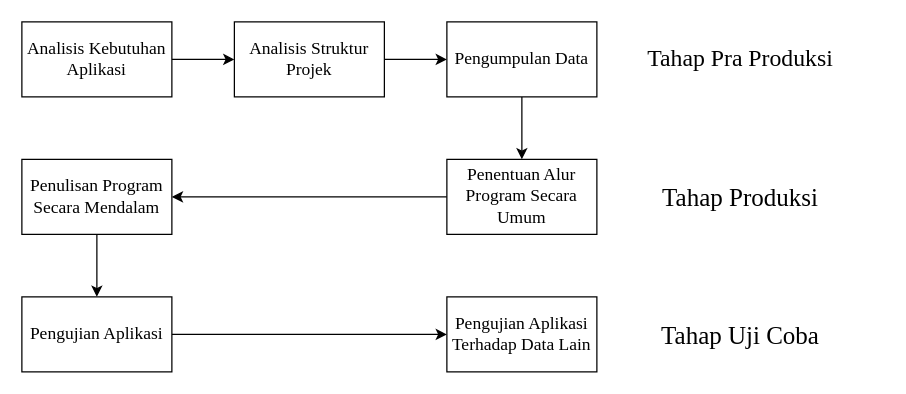
Before: flowchart/kerangka_penelitian.drawio in denilson020898/Penulisan, a draw.io diagram. Source tidied: cells renumbered, new cells numbered last; positions are measured from the earlier drawing's top-left corner, leaving out a move shared by most shapes. Both pictures are drawn from the tidied source at 125%, with x=0, y=0 at pixel (21, 21).
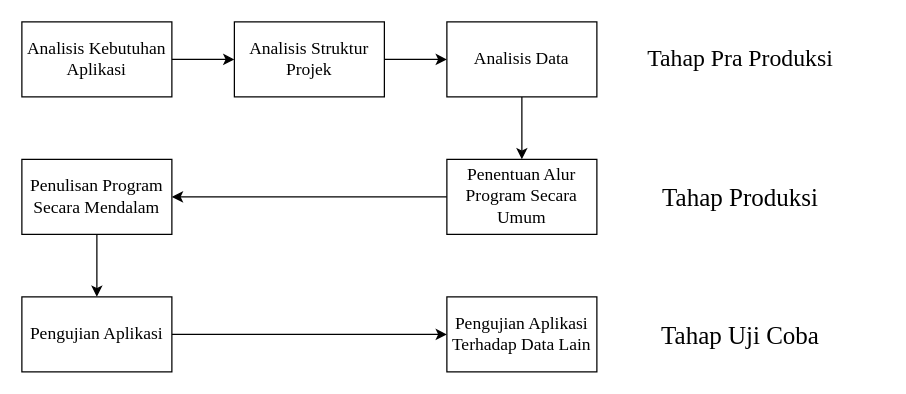
The same page after the edit.

What changed in the source:
```diff
@@
 <mxGraphModel>
   <root>
     <mxCell id="0" />
     <mxCell id="1" parent="0" />
     <mxCell id="2" style="edgeStyle=orthogonalEdgeStyle;rounded=0;jettySize=auto;html=1;exitX=1;exitY=0.5;exitDx=0;exitDy=0;entryX=0;entryY=0.5;entryDx=0;entryDy=0;" parent="1" edge="1" source="3" target="7">
       <mxGeometry relative="1" as="geometry" />
     </mxCell>
     <mxCell id="3" value="Analisis Kebutuhan Aplikasi" style="rounded=0;whiteSpace=wrap;html=1;fontFamily=Times New Roman;fontSize=14;" parent="1" vertex="1">
       <mxGeometry width="120" height="60" as="geometry" />
     </mxCell>
     <mxCell id="4" style="edgeStyle=orthogonalEdgeStyle;rounded=0;jettySize=auto;html=1;exitX=0.5;exitY=1;exitDx=0;exitDy=0;entryX=0.5;entryY=0;entryDx=0;entryDy=0;" parent="1" edge="1" source="5" target="9">
       <mxGeometry relative="1" as="geometry" />
     </mxCell>
-    <mxCell id="5" value="Pengumpulan Data" style="rounded=0;whiteSpace=wrap;html=1;fontFamily=Times New Roman;fontSize=14;" parent="1" vertex="1">
+    <mxCell id="5" value="Analisis Data" style="rounded=0;whiteSpace=wrap;html=1;fontFamily=Times New Roman;fontSize=14;" parent="1" vertex="1">
       <mxGeometry x="340" width="120" height="60" as="geometry" />
     </mxCell>
     <mxCell id="6" style="edgeStyle=orthogonalEdgeStyle;rounded=0;jettySize=auto;html=1;exitX=1;exitY=0.5;exitDx=0;exitDy=0;" parent="1" edge="1" source="7" target="5">
       <mxGeometry relative="1" as="geometry" />
     </mxCell>
     <mxCell id="7" value="Analisis Struktur Projek" style="rounded=0;whiteSpace=wrap;html=1;fontFamily=Times New Roman;fontSize=14;" parent="1" vertex="1">
       <mxGeometry x="170" width="120" height="60" as="geometry" />
     </mxCell>
     <mxCell id="8" style="edgeStyle=orthogonalEdgeStyle;rounded=0;jettySize=auto;html=1;exitX=0;exitY=0.5;exitDx=0;exitDy=0;entryX=1;entryY=0.5;entryDx=0;entryDy=0;" parent="1" edge="1" source="9" target="11">
       <mxGeometry relative="1" as="geometry" />
     </mxCell>
     <mxCell id="9" value="Penentuan Alur Program Secara Umum" style="rounded=0;whiteSpace=wrap;html=1;fontFamily=Times New Roman;fontSize=14;" parent="1" vertex="1">
       <mxGeometry x="340" y="110" width="120" height="60" as="geometry" />
     </mxCell>
     <mxCell id="10" style="edgeStyle=orthogonalEdgeStyle;rounded=0;jettySize=auto;html=1;exitX=0.5;exitY=1;exitDx=0;exitDy=0;" parent="1" edge="1" source="11" target="13">
       <mxGeometry relative="1" as="geometry" />
     </mxCell>
     <mxCell id="11" value="Penulisan Program Secara Mendalam" style="rounded=0;whiteSpace=wrap;html=1;fontFamily=Times New Roman;fontSize=14;" parent="1" vertex="1">
       <mxGeometry y="110" width="120" height="60" as="geometry" />
     </mxCell>
     <mxCell id="12" style="edgeStyle=orthogonalEdgeStyle;rounded=0;jettySize=auto;html=1;exitX=1;exitY=0.5;exitDx=0;exitDy=0;entryX=0;entryY=0.5;entryDx=0;entryDy=0;" parent="1" edge="1" source="13" target="14">
       <mxGeometry relative="1" as="geometry" />
     </mxCell>
     <mxCell id="13" value="Pengujian Aplikasi" style="rounded=0;whiteSpace=wrap;html=1;fontFamily=Times New Roman;fontSize=14;" parent="1" vertex="1">
       <mxGeometry y="220" width="120" height="60" as="geometry" />
     </mxCell>
     <mxCell id="14" value="Pengujian Aplikasi Terhadap Data Lain" style="rounded=0;whiteSpace=wrap;html=1;fontFamily=Times New Roman;fontSize=14;" parent="1" vertex="1">
       <mxGeometry x="340" y="220" width="120" height="60" as="geometry" />
     </mxCell>
     <mxCell id="15" value="&lt;font style=&quot;font-size: 19px&quot;&gt;Tahap Pra Produksi&lt;/font&gt;" style="text;html=1;strokeColor=none;fillColor=none;align=center;verticalAlign=middle;whiteSpace=wrap;rounded=0;fontFamily=Times New Roman;" parent="1" vertex="1">
       <mxGeometry x="460" y="5" width="230" height="50" as="geometry" />
     </mxCell>
     <mxCell id="16" value="&lt;font style=&quot;font-size: 20px&quot;&gt;Tahap Produksi&lt;/font&gt;" style="text;html=1;strokeColor=none;fillColor=none;align=center;verticalAlign=middle;whiteSpace=wrap;rounded=0;fontFamily=Times New Roman;" parent="1" vertex="1">
       <mxGeometry x="460" y="115" width="230" height="50" as="geometry" />
     </mxCell>
     <mxCell id="17" value="&lt;font style=&quot;font-size: 20px&quot;&gt;Tahap Uji Coba&lt;/font&gt;" style="text;html=1;strokeColor=none;fillColor=none;align=center;verticalAlign=middle;whiteSpace=wrap;rounded=0;fontFamily=Times New Roman;" parent="1" vertex="1">
       <mxGeometry x="460" y="225" width="230" height="50" as="geometry" />
     </mxCell>
   </root>
 </mxGraphModel>
```
